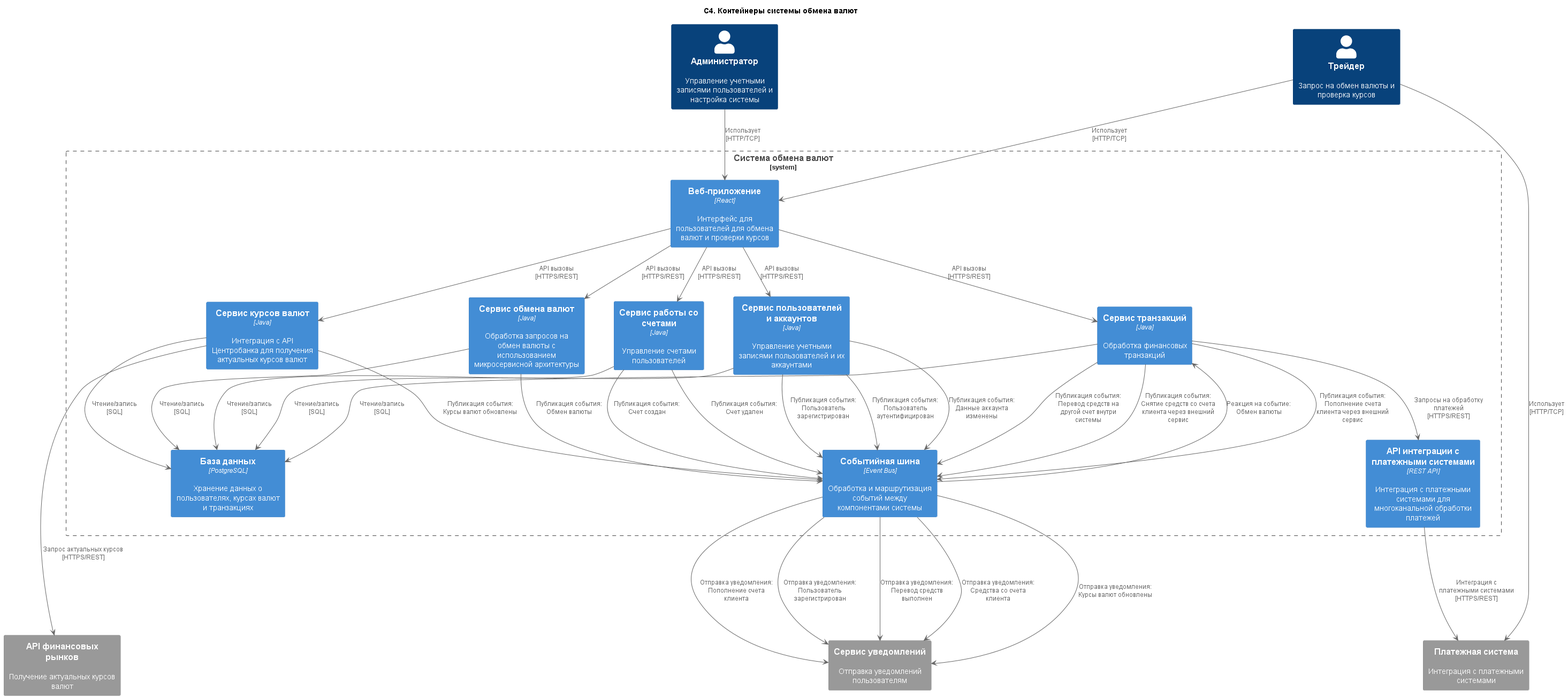
Before: out/2. Технический проект/2.conteiner2/Диаграмма контейнеров.png, a diagram exported from PlantUML (SmirnovR2003/PPO). Its diagram source:
```plantuml
@startuml Диаграмма контейнеров
title "C4. Контейнеры системы обмена валют"

!include https://raw.githubusercontent.com/plantuml-stdlib/C4-PlantUML/master/C4_Container.puml
!$ICONURL = "https://raw.githubusercontent.com/tupadr3/plantuml-icon-font-sprites/v3.0.0/icons"
!include $ICONURL/common.puml
!include $ICONURL/devicons/react.puml
!include $ICONURL/devicons2/postgresql.puml

Person(trader, "Трейдер", "Запрос на обмен валюты и проверка курсов")
Person(admin, "Администратор", "Управление учетными записями пользователей и настройка системы")

System_Boundary(appBoundary, "Система обмена валют") {
    Container(currencyExchangeService, "Сервис обмена валют", "Java", "Обработка запросов на обмен валюты с использованием микросервисной архитектуры")
    Container(webApp, "Веб-приложение", "React", "Интерфейс для пользователей для обмена валют и проверки курсов")
    Container(db, "База данных", "PostgreSQL", "Хранение данных о пользователях, курсах валют и транзакциях")
    Container(apiIntegration, "API интеграции с платежными системами", "REST API", "Интеграция с платежными системами для многоканальной обработки платежей")
    Container(exchangeRateService, "Сервис курсов валют", "Java", "Интеграция с API Центробанка для получения актуальных курсов валют")
    Container(userAccountService, "Сервис пользователей и аккаунтов", "Java", "Управление учетными записями пользователей и их аккаунтами")
    Container(accountService, "Сервис работы со счетами", "Java", "Управление счетами пользователей")
    Container(transactionService, "Сервис транзакций", "Java", "Обработка финансовых транзакций")
    Container(eventBus, "Событийная шина", "Event Bus", "Обработка и маршрутизация событий между компонентами системы")
}

System_Ext(financialAPI, "API финансовых рынков", "Получение актуальных курсов валют")
System_Ext(paymentAPI, "Платежная система", "Интеграция с платежными системами")
System_Ext(notificationServiceExt, "Сервис уведомлений", "Отправка уведомлений пользователям")

trader --> webApp : "Использует\n[HTTP/TCP]"
trader ------> paymentAPI : "Использует\n[HTTP/TCP]"
admin --> webApp : "Использует\n[HTTP/TCP]"
webApp --> userAccountService : "API вызовы\n[HTTPS/REST]"
webApp --> currencyExchangeService : "API вызовы\n[HTTPS/REST]"
webApp -> transactionService : "API вызовы\n[HTTPS/REST]"
webApp --> exchangeRateService : "API вызовы\n[HTTPS/REST]"
webApp --> accountService : "API вызовы\n[HTTPS/REST]"
currencyExchangeService --> db : "Чтение/запись\n[SQL]"
transactionService --> db : "Чтение/запись\n[SQL]"
exchangeRateService --> db : "Чтение/запись\n[SQL]"
userAccountService --> db : "Чтение/запись\n[SQL]"
accountService --> db : "Чтение/запись\n[SQL]"
transactionService --> apiIntegration : "Запросы на обработку платежей\n[HTTPS/REST]"
apiIntegration ---> paymentAPI : "Интеграция с платежными системами\n[HTTPS/REST]"
exchangeRateService ----> financialAPI : "Запрос актуальных курсов\n[HTTPS/REST]"

userAccountService --> eventBus : "Публикация события: Пользователь зарегистрирован"
userAccountService --> eventBus : "Публикация события: Пользователь аутентифицирован"
userAccountService --> eventBus : "Публикация события: Данные аккаунта изменены"
accountService --> eventBus : "Публикация события: Счет создан"
accountService --> eventBus : "Публикация события: Счет удален"
transactionService --> eventBus : "Публикация события: Пополнение счета клиента через внешний сервис"
transactionService --> eventBus : "Публикация события: Перевод средств на другой счет внутри системы"
transactionService --> eventBus : "Публикация события: Снятие средств со счета клиента через внешний сервис"
currencyExchangeService --> eventBus : "Публикация события: Обмен валюты"
exchangeRateService --> eventBus : "Публикация события: Курсы валют обновлены"

eventBus ---> notificationServiceExt : "Отправка уведомления: Пользователь зарегистрирован"
eventBus --> notificationServiceExt : "Отправка уведомления: Курсы валют обновлены"
eventBus --> notificationServiceExt : "Отправка уведомления: Пополнение счета клиента"
eventBus --> notificationServiceExt : "Отправка уведомления: Перевод средств выполнен"
eventBus --> notificationServiceExt : "Отправка уведомления: Средства со счета клиента"
eventBus --> transactionService : "Реакция на событие: Обмен валюты"

@enduml
```
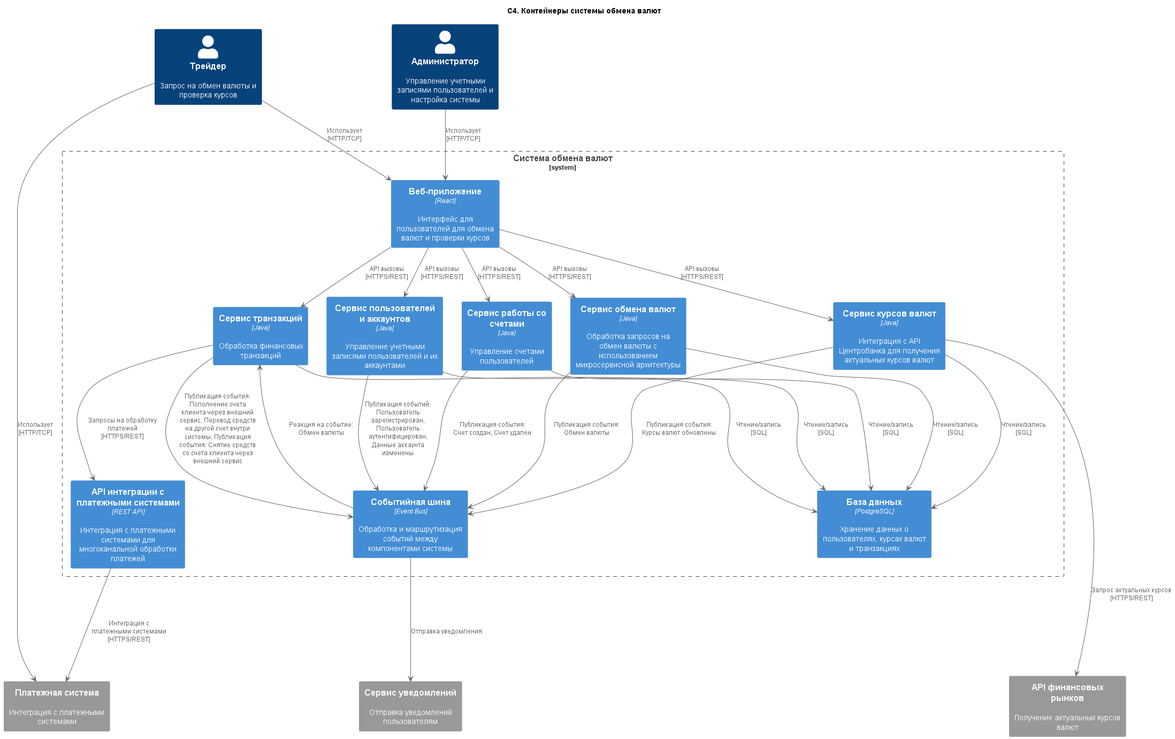
After the commit.

Change to the diagram source:
```diff
@@ -43,22 +43,14 @@
 apiIntegration ---> paymentAPI : "Интеграция с платежными системами\n[HTTPS/REST]"
 exchangeRateService ----> financialAPI : "Запрос актуальных курсов\n[HTTPS/REST]"
 
-userAccountService --> eventBus : "Публикация события: Пользователь зарегистрирован"
-userAccountService --> eventBus : "Публикация события: Пользователь аутентифицирован"
-userAccountService --> eventBus : "Публикация события: Данные аккаунта изменены"
-accountService --> eventBus : "Публикация события: Счет создан"
-accountService --> eventBus : "Публикация события: Счет удален"
-transactionService --> eventBus : "Публикация события: Пополнение счета клиента через внешний сервис"
-transactionService --> eventBus : "Публикация события: Перевод средств на другой счет внутри системы"
-transactionService --> eventBus : "Публикация события: Снятие средств со счета клиента через внешний сервис"
+userAccountService --> eventBus : "Публикация событий: Пользователь зарегистрирован, Пользователь аутентифицирован, Данные аккаунта изменены"
+
+accountService --> eventBus : "Публикация события: Счет создан, Счет удален"
+transactionService --> eventBus : "Публикация события: Пополнение счета клиента через внешний сервис, Перевод средств на другой счет внутри системы, Публикация события: Снятие средств со счета клиента через внешний сервис"
 currencyExchangeService --> eventBus : "Публикация события: Обмен валюты"
 exchangeRateService --> eventBus : "Публикация события: Курсы валют обновлены"
 
-eventBus ---> notificationServiceExt : "Отправка уведомления: Пользователь зарегистрирован"
-eventBus --> notificationServiceExt : "Отправка уведомления: Курсы валют обновлены"
-eventBus --> notificationServiceExt : "Отправка уведомления: Пополнение счета клиента"
-eventBus --> notificationServiceExt : "Отправка уведомления: Перевод средств выполнен"
-eventBus --> notificationServiceExt : "Отправка уведомления: Средства со счета клиента"
+eventBus ---> notificationServiceExt : "Отправка уведомления"
 eventBus --> transactionService : "Реакция на событие: Обмен валюты"
 
 @enduml
```
